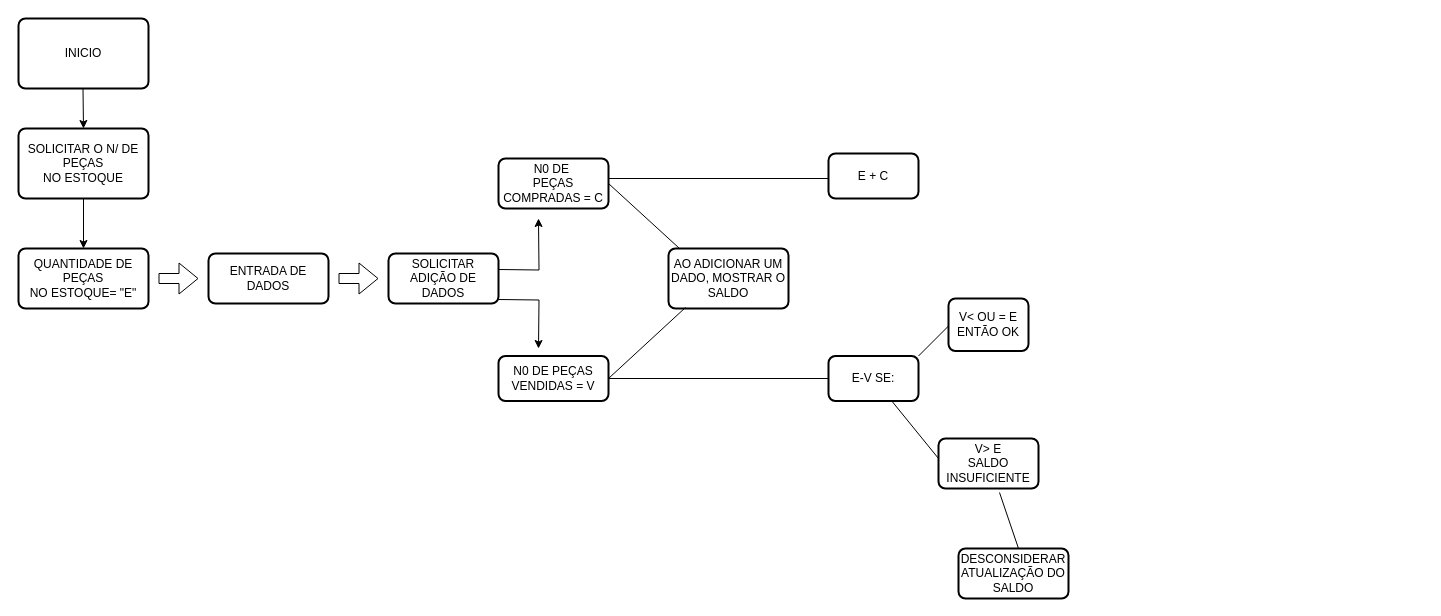
This is page "Página-2" (2 of 2) of Diagrama sem nome.drawio from Ins1d3r8/Primeiro-Algor-tmo, a draw.io file, before an edit. Source tidied: cells renumbered, new cells numbered last; positions are measured from the earlier drawing's top-left corner, leaving out a move shared by most shapes. Both pictures are drawn from the tidied source at 100%, with x=0, y=0 at pixel (18, 18).
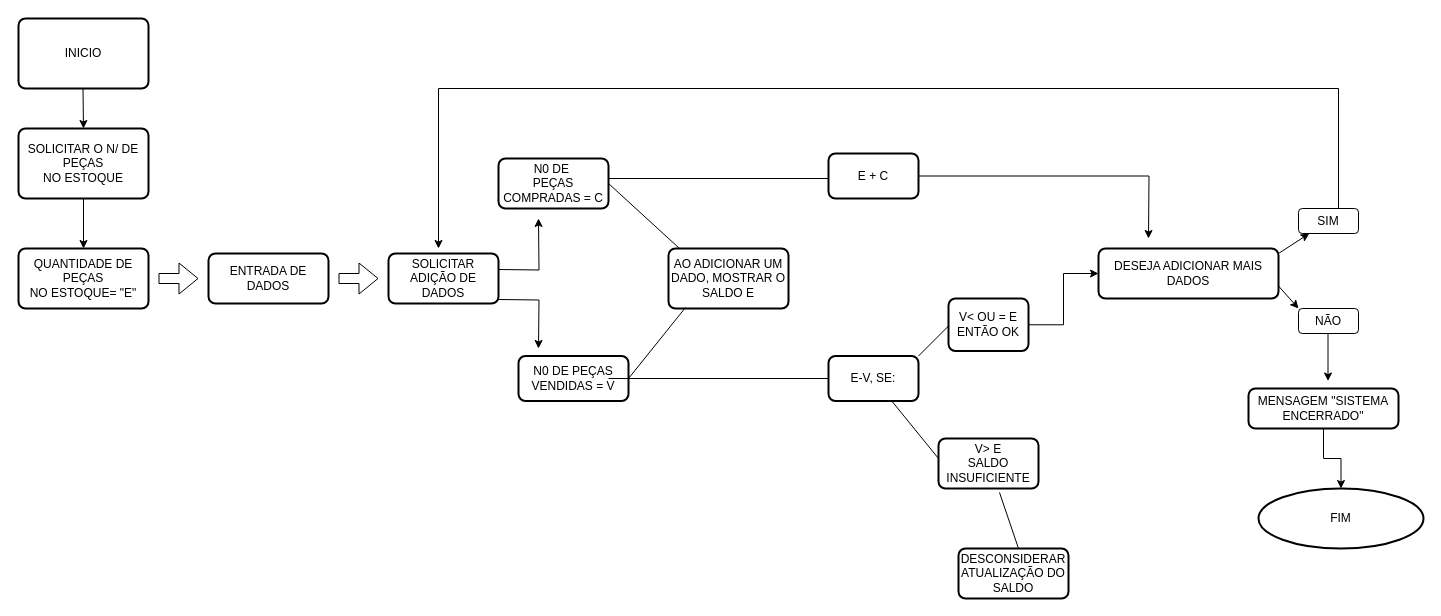
Above is the later version.

The change refers to these unchanged cells:
```xml
<mxCell id="14" value="E + C" style="rounded=1;whiteSpace=wrap;html=1;absoluteArcSize=1;arcSize=14;strokeWidth=2;" parent="1" vertex="1">
  <mxGeometry x="810" y="135" width="90" height="45" as="geometry" />
</mxCell>
<mxCell id="16" value="&lt;div&gt;V&amp;lt; OU = E &lt;br&gt;&lt;/div&gt;&lt;div&gt;ENTÃO OK&lt;br&gt;&lt;/div&gt;" style="rounded=1;whiteSpace=wrap;html=1;absoluteArcSize=1;arcSize=14;strokeWidth=2;" parent="1" vertex="1">
  <mxGeometry x="930" y="280" width="80" height="52.5" as="geometry" />
</mxCell>
```

Diff of the diagram source:
```diff
@@
     <mxCell id="9" value="N0 DE PEÇAS VENDIDAS = V" style="rounded=1;whiteSpace=wrap;html=1;absoluteArcSize=1;arcSize=14;strokeWidth=2;" parent="1" vertex="1">
-      <mxGeometry x="480" y="337.5" width="110" height="45" as="geometry" />
+      <mxGeometry x="500" y="337.5" width="110" height="45" as="geometry" />
     </mxCell>
@@
+    <mxCell id="28" style="edgeStyle=orthogonalEdgeStyle;rounded=0;jettySize=auto;html=1;exitX=1;exitY=0.5;exitDx=0;exitDy=0;" parent="1" edge="1" source="14">
+      <mxGeometry relative="1" as="geometry">
+        <mxPoint x="1130" y="220" as="targetPoint" />
+      </mxGeometry>
+    </mxCell>
@@
+    <mxCell id="29" style="edgeStyle=orthogonalEdgeStyle;rounded=0;jettySize=auto;html=1;exitX=1;exitY=0.5;exitDx=0;exitDy=0;" parent="1" edge="1" source="16" target="30">
+      <mxGeometry relative="1" as="geometry" />
+    </mxCell>
@@
-    <mxCell id="17" value="E-V SE:" style="rounded=1;whiteSpace=wrap;html=1;absoluteArcSize=1;arcSize=14;strokeWidth=2;" parent="1" vertex="1">
+    <mxCell id="17" value="E-V, SE:" style="rounded=1;whiteSpace=wrap;html=1;absoluteArcSize=1;arcSize=14;strokeWidth=2;" parent="1" vertex="1">
       <mxGeometry x="810" y="337.5" width="90" height="45" as="geometry" />
     </mxCell>
@@
-    <mxCell id="24" value="AO ADICIONAR UM DADO, MOSTRAR O SALDO" style="rounded=1;whiteSpace=wrap;html=1;absoluteArcSize=1;arcSize=14;strokeWidth=2;" parent="1" vertex="1">
+    <mxCell id="24" value="AO ADICIONAR UM DADO, MOSTRAR O SALDO E" style="rounded=1;whiteSpace=wrap;html=1;absoluteArcSize=1;arcSize=14;strokeWidth=2;" parent="1" vertex="1">
       <mxGeometry x="650" y="230" width="120" height="60" as="geometry" />
     </mxCell>
@@
+    <mxCell id="30" value="DESEJA ADICIONAR MAIS DADOS" style="rounded=1;whiteSpace=wrap;html=1;absoluteArcSize=1;arcSize=14;strokeWidth=2;" parent="1" vertex="1">
+      <mxGeometry x="1080" y="230" width="180" height="50" as="geometry" />
+    </mxCell>
+    <mxCell id="31" style="endArrow=classic;html=1;rounded=0;" parent="1" edge="1" target="32">
+      <mxGeometry relative="1" as="geometry">
+        <mxPoint x="1260" y="235" as="sourcePoint" />
+      </mxGeometry>
+    </mxCell>
+    <mxCell id="32" value="SIM" style="rounded=1;whiteSpace=wrap;html=1;" parent="1" vertex="1">
+      <mxGeometry x="1280" y="190" width="60" height="25" as="geometry" />
+    </mxCell>
+    <mxCell id="33" value="NÃO" style="rounded=1;whiteSpace=wrap;html=1;" parent="1" vertex="1">
+      <mxGeometry x="1280" y="290" width="60" height="25" as="geometry" />
+    </mxCell>
+    <mxCell id="34" style="endArrow=classic;html=1;rounded=0;exitX=1;exitY=0.75;exitDx=0;exitDy=0;entryX=0;entryY=0;entryDx=0;entryDy=0;" parent="1" edge="1" source="30" target="33">
+      <mxGeometry relative="1" as="geometry" />
+    </mxCell>
+    <mxCell id="35" style="endArrow=classic;html=1;rounded=0;" parent="1" edge="1">
+      <mxGeometry relative="1" as="geometry">
+        <mxPoint x="1309.5" y="315" as="sourcePoint" />
+        <mxPoint x="1309.5" y="362.5" as="targetPoint" />
+      </mxGeometry>
+    </mxCell>
+    <mxCell id="36" style="edgeStyle=orthogonalEdgeStyle;rounded=0;jettySize=auto;html=1;" parent="1" edge="1" source="37" target="38">
+      <mxGeometry relative="1" as="geometry" />
+    </mxCell>
+    <mxCell id="37" value="MENSAGEM &quot;SISTEMA ENCERRADO&quot;" style="rounded=1;whiteSpace=wrap;html=1;absoluteArcSize=1;arcSize=14;strokeWidth=2;" parent="1" vertex="1">
+      <mxGeometry x="1230" y="370" width="150" height="40" as="geometry" />
+    </mxCell>
+    <mxCell id="38" value="FIM" style="ellipse;whiteSpace=wrap;html=1;rounded=1;arcSize=14;strokeWidth=2;" parent="1" vertex="1">
+      <mxGeometry x="1240" y="470" width="165" height="60" as="geometry" />
+    </mxCell>
+    <mxCell id="39" style="shape=partialRectangle;whiteSpace=wrap;html=1;top=0;left=0;fillColor=none;rotation=-90;" parent="1" vertex="1">
+      <mxGeometry x="1230" y="100" width="120" height="60" as="geometry" />
+    </mxCell>
+    <mxCell id="40" style="endArrow=none;html=1;rounded=0;" parent="1" edge="1">
+      <mxGeometry relative="1" as="geometry">
+        <mxPoint x="420" y="70" as="sourcePoint" />
+        <mxPoint x="1260" y="70" as="targetPoint" />
+      </mxGeometry>
+    </mxCell>
+    <mxCell id="41" style="endArrow=classic;html=1;rounded=0;" parent="1" edge="1">
+      <mxGeometry relative="1" as="geometry">
+        <mxPoint x="420" y="70" as="sourcePoint" />
+        <mxPoint x="420" y="230" as="targetPoint" />
+      </mxGeometry>
+    </mxCell>
```
